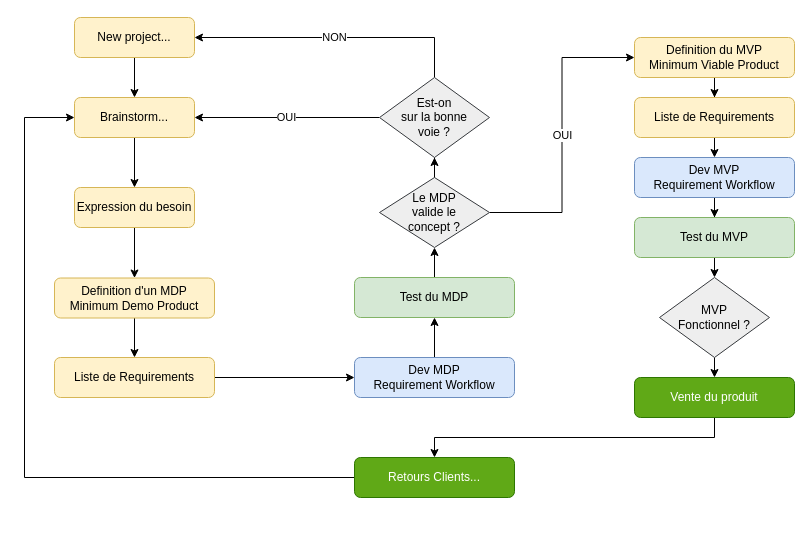
Earlier version of the draw.io diagram page "Project_Workflow" (1 of 3) of Project-Workflow.drawio (ParaPimo/parapimo-sandbox). Source tidied: cells renumbered, new cells numbered last; positions are measured from the earlier drawing's top-left corner, leaving out a move shared by most shapes. Both pictures are drawn from the tidied source at 100%, with x=0, y=0 at pixel (24, 17).
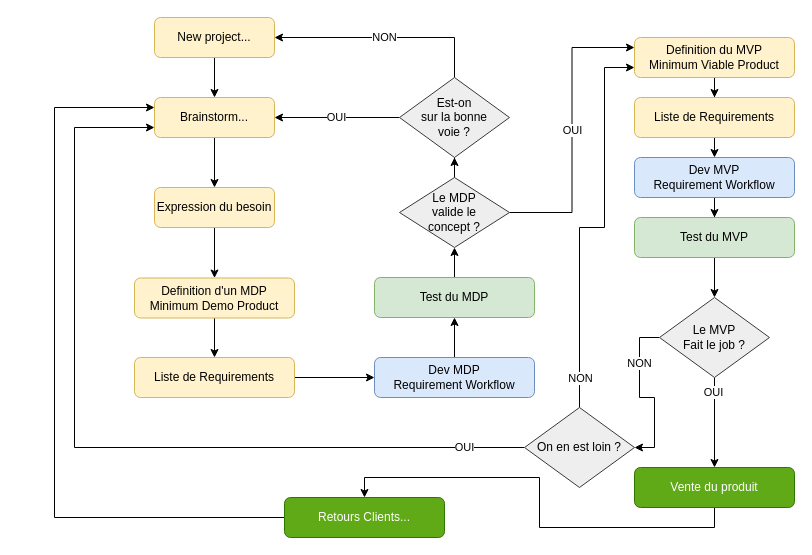
The same diagram, later.

The change refers to these unchanged cells:
```xml
<mxCell id="21" value="Definition du MVP&lt;br&gt;Minimum Viable Product" style="rounded=1;whiteSpace=wrap;html=1;fontSize=12;glass=0;strokeWidth=1;shadow=0;fillColor=#fff2cc;strokeColor=#d6b656;" parent="1" vertex="1">
  <mxGeometry x="610" y="20" width="160" height="40" as="geometry" />
</mxCell>
<mxCell id="30" style="edgeStyle=orthogonalEdgeStyle;rounded=0;jettySize=auto;html=1;exitX=0.5;exitY=1;exitDx=0;exitDy=0;entryX=0.5;entryY=0;entryDx=0;entryDy=0;" parent="1" edge="1" source="31" target="33">
  <mxGeometry relative="1" as="geometry" />
</mxCell>
```

Diff of the diagram source:
```diff
@@
     <mxCell id="3" value="New project..." style="rounded=1;whiteSpace=wrap;html=1;fontSize=12;glass=0;strokeWidth=1;shadow=0;fillColor=#fff2cc;strokeColor=#d6b656;" parent="1" vertex="1">
-      <mxGeometry x="50" width="120" height="40" as="geometry" />
+      <mxGeometry x="130" width="120" height="40" as="geometry" />
     </mxCell>
@@
     <mxCell id="5" value="Brainstorm..." style="rounded=1;whiteSpace=wrap;html=1;fontSize=12;glass=0;strokeWidth=1;shadow=0;fillColor=#fff2cc;strokeColor=#d6b656;" parent="1" vertex="1">
-      <mxGeometry x="50" y="80" width="120" height="40" as="geometry" />
+      <mxGeometry x="130" y="80" width="120" height="40" as="geometry" />
     </mxCell>
@@
     <mxCell id="7" value="Expression du besoin" style="rounded=1;whiteSpace=wrap;html=1;fontSize=12;glass=0;strokeWidth=1;shadow=0;fillColor=#fff2cc;strokeColor=#d6b656;" parent="1" vertex="1">
-      <mxGeometry x="50" y="170" width="120" height="40" as="geometry" />
+      <mxGeometry x="130" y="170" width="120" height="40" as="geometry" />
     </mxCell>
@@
     <mxCell id="9" value="Definition d'un MDP&lt;br&gt;Minimum Demo Product" style="rounded=1;whiteSpace=wrap;html=1;fontSize=12;glass=0;strokeWidth=1;shadow=0;fillColor=#fff2cc;strokeColor=#d6b656;" parent="1" vertex="1">
-      <mxGeometry x="30" y="260.5" width="160" height="40" as="geometry" />
+      <mxGeometry x="110" y="260.5" width="160" height="40" as="geometry" />
     </mxCell>
@@
     <mxCell id="11" value="Liste de Requirements" style="rounded=1;whiteSpace=wrap;html=1;fontSize=12;glass=0;strokeWidth=1;shadow=0;fillColor=#fff2cc;strokeColor=#d6b656;" parent="1" vertex="1">
-      <mxGeometry x="30" y="340" width="160" height="40" as="geometry" />
+      <mxGeometry x="110" y="340" width="160" height="40" as="geometry" />
     </mxCell>
@@
     <mxCell id="13" value="Dev MDP&lt;br&gt;Requirement Workflow" style="rounded=1;whiteSpace=wrap;html=1;fontSize=12;glass=0;strokeWidth=1;shadow=0;fillColor=#dae8fc;strokeColor=#6c8ebf;" parent="1" vertex="1">
-      <mxGeometry x="330" y="340" width="160" height="40" as="geometry" />
+      <mxGeometry x="350" y="340" width="160" height="40" as="geometry" />
     </mxCell>
@@
-    <mxCell id="15" value="OUI" style="edgeStyle=orthogonalEdgeStyle;rounded=0;jettySize=auto;html=1;exitX=1;exitY=0.5;exitDx=0;exitDy=0;entryX=0;entryY=0.5;entryDx=0;entryDy=0;" parent="1" edge="1" source="16" target="21">
+    <mxCell id="15" value="OUI" style="edgeStyle=orthogonalEdgeStyle;rounded=0;jettySize=auto;html=1;exitX=1;exitY=0.5;exitDx=0;exitDy=0;entryX=0;entryY=0.25;entryDx=0;entryDy=0;" parent="1" edge="1" source="16" target="21">
       <mxGeometry relative="1" as="geometry" />
     </mxCell>
     <mxCell id="16" value="Le MDP&lt;br&gt;valide le&lt;br&gt;concept ?" style="rhombus;whiteSpace=wrap;html=1;fillColor=#eeeeee;strokeColor=#36393d;" parent="1" vertex="1">
-      <mxGeometry x="355" y="160" width="110" height="70" as="geometry" />
+      <mxGeometry x="375" y="160" width="110" height="70" as="geometry" />
     </mxCell>
@@
     <mxCell id="19" value="Est-on&lt;br&gt;sur la bonne&lt;br&gt;voie ?" style="rhombus;whiteSpace=wrap;html=1;fillColor=#eeeeee;strokeColor=#36393d;" parent="1" vertex="1">
-      <mxGeometry x="355" y="60" width="110" height="80" as="geometry" />
+      <mxGeometry x="375" y="60" width="110" height="80" as="geometry" />
     </mxCell>
@@
     <mxCell id="23" value="Test du MDP" style="rounded=1;whiteSpace=wrap;html=1;fontSize=12;glass=0;strokeWidth=1;shadow=0;fillColor=#d5e8d4;strokeColor=#82b366;" parent="1" vertex="1">
-      <mxGeometry x="330" y="260" width="160" height="40" as="geometry" />
+      <mxGeometry x="350" y="260" width="160" height="40" as="geometry" />
     </mxCell>
@@
+    <mxCell id="36" value="OUI" style="edgeStyle=orthogonalEdgeStyle;rounded=0;jettySize=auto;html=1;exitX=0;exitY=0.5;exitDx=0;exitDy=0;entryX=0;entryY=0.75;entryDx=0;entryDy=0;" parent="1" edge="1" source="41" target="5">
+      <mxGeometry x="-0.86" relative="1" as="geometry">
+        <Array as="points">
+          <mxPoint x="50" y="430" />
+          <mxPoint x="50" y="110" />
+        </Array>
+      </mxGeometry>
+    </mxCell>
@@
+    <mxCell id="37" value="OUI" style="edgeLabel;html=1;align=center;verticalAlign=middle;" parent="30" vertex="1">
+      <mxGeometry x="-0.69" y="-2" relative="1" as="geometry" />
+    </mxCell>
+    <mxCell id="38" value="NON" style="edgeStyle=orthogonalEdgeStyle;rounded=0;jettySize=auto;html=1;exitX=0;exitY=0.5;exitDx=0;exitDy=0;entryX=1;entryY=0.5;entryDx=0;entryDy=0;" parent="1" edge="1" source="31" target="41">
+      <mxGeometry x="-0.44" relative="1" as="geometry" />
+    </mxCell>
-    <mxCell id="31" value="MVP&lt;br&gt;Fonctionnel ?" style="rhombus;whiteSpace=wrap;html=1;fillColor=#eeeeee;strokeColor=#36393d;" parent="1" vertex="1">
-      <mxGeometry x="635" y="260" width="110" height="80" as="geometry" />
+    <mxCell id="31" value="Le MVP&lt;br&gt;Fait le job ?" style="rhombus;whiteSpace=wrap;html=1;fillColor=#eeeeee;strokeColor=#36393d;" parent="1" vertex="1">
+      <mxGeometry x="635" y="280" width="110" height="80" as="geometry" />
     </mxCell>
-    <mxCell id="32" style="edgeStyle=orthogonalEdgeStyle;rounded=0;jettySize=auto;html=1;" parent="1" edge="1" source="33" target="35">
-      <mxGeometry relative="1" as="geometry">
-        <Array as="points">
-          <mxPoint x="690" y="420" />
-          <mxPoint x="410" y="420" />
-        </Array>
-      </mxGeometry>
+    <mxCell id="32" style="edgeStyle=orthogonalEdgeStyle;rounded=0;jettySize=auto;html=1;exitX=0.5;exitY=1;exitDx=0;exitDy=0;entryX=0.5;entryY=0;entryDx=0;entryDy=0;" parent="1" edge="1" source="33" target="35">
+      <mxGeometry relative="1" as="geometry" />
     </mxCell>
     <mxCell id="33" value="Vente du produit" style="rounded=1;whiteSpace=wrap;html=1;fontSize=12;glass=0;strokeWidth=1;shadow=0;fillColor=#60a917;fontColor=#ffffff;strokeColor=#2D7600;" parent="1" vertex="1">
-      <mxGeometry x="610" y="360" width="160" height="40" as="geometry" />
+      <mxGeometry x="610" y="450" width="160" height="40" as="geometry" />
     </mxCell>
-    <mxCell id="34" style="edgeStyle=orthogonalEdgeStyle;rounded=0;jettySize=auto;html=1;exitX=0;exitY=0.5;exitDx=0;exitDy=0;entryX=0;entryY=0.5;entryDx=0;entryDy=0;" parent="1" edge="1" source="35" target="5">
+    <mxCell id="34" style="edgeStyle=orthogonalEdgeStyle;rounded=0;jettySize=auto;html=1;exitX=0;exitY=0.5;exitDx=0;exitDy=0;entryX=0;entryY=0.25;entryDx=0;entryDy=0;" parent="1" edge="1" source="35" target="5">
       <mxGeometry relative="1" as="geometry">
         <Array as="points">
-          <mxPoint y="460" />
-          <mxPoint y="100" />
+          <mxPoint x="30" y="500" />
+          <mxPoint x="30" y="90" />
         </Array>
       </mxGeometry>
     </mxCell>
     <mxCell id="35" value="Retours Clients..." style="rounded=1;whiteSpace=wrap;html=1;fontSize=12;glass=0;strokeWidth=1;shadow=0;fillColor=#60a917;fontColor=#ffffff;strokeColor=#2D7600;" parent="1" vertex="1">
-      <mxGeometry x="330" y="440" width="160" height="40" as="geometry" />
+      <mxGeometry x="260" y="480" width="160" height="40" as="geometry" />
     </mxCell>
+    <mxCell id="39" style="edgeStyle=orthogonalEdgeStyle;rounded=0;jettySize=auto;html=1;exitX=0.5;exitY=0;exitDx=0;exitDy=0;entryX=0;entryY=0.75;entryDx=0;entryDy=0;" parent="1" edge="1" source="41" target="21">
+      <mxGeometry relative="1" as="geometry">
+        <Array as="points">
+          <mxPoint x="555" y="210" />
+          <mxPoint x="580" y="210" />
+          <mxPoint x="580" y="50" />
+        </Array>
+      </mxGeometry>
+    </mxCell>
+    <mxCell id="40" value="NON" style="edgeLabel;html=1;align=center;verticalAlign=middle;" parent="39" vertex="1">
+      <mxGeometry x="-0.38" y="1" relative="1" as="geometry">
+        <mxPoint x="1" y="92" as="offset" />
+      </mxGeometry>
+    </mxCell>
+    <mxCell id="41" value="On en est loin ?" style="rhombus;whiteSpace=wrap;html=1;fillColor=#eeeeee;strokeColor=#36393d;" parent="1" vertex="1">
+      <mxGeometry x="500" y="390" width="110" height="80" as="geometry" />
+    </mxCell>
```
